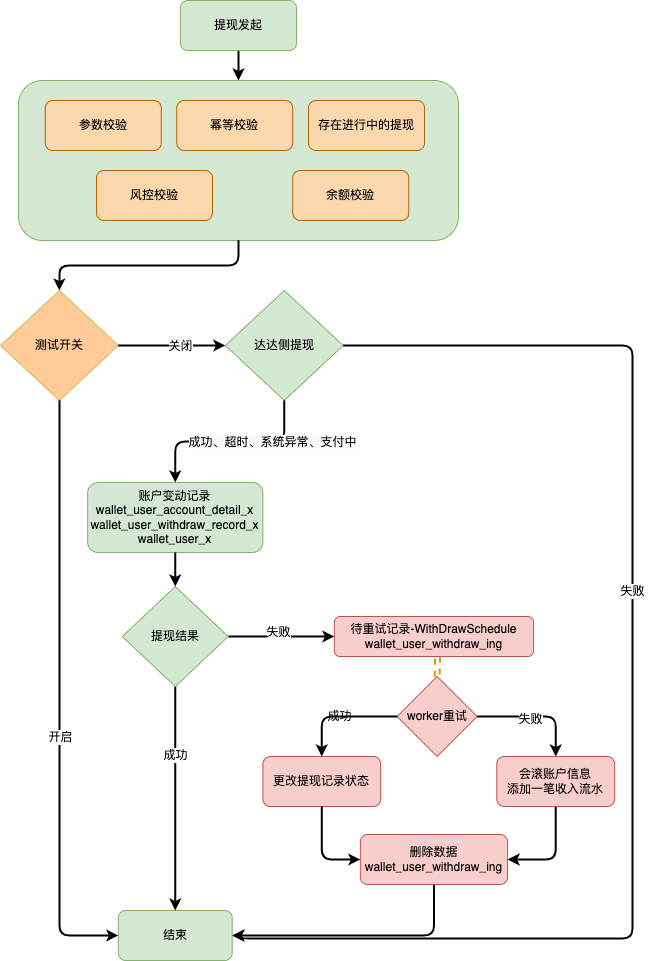
The draw.io diagram 钱包-提现.png in 845642761/diagram, before a commit. Source tidied: cells renumbered, new cells last; positions are measured from the earlier drawing's top-left corner, leaving out a move shared by most shapes.
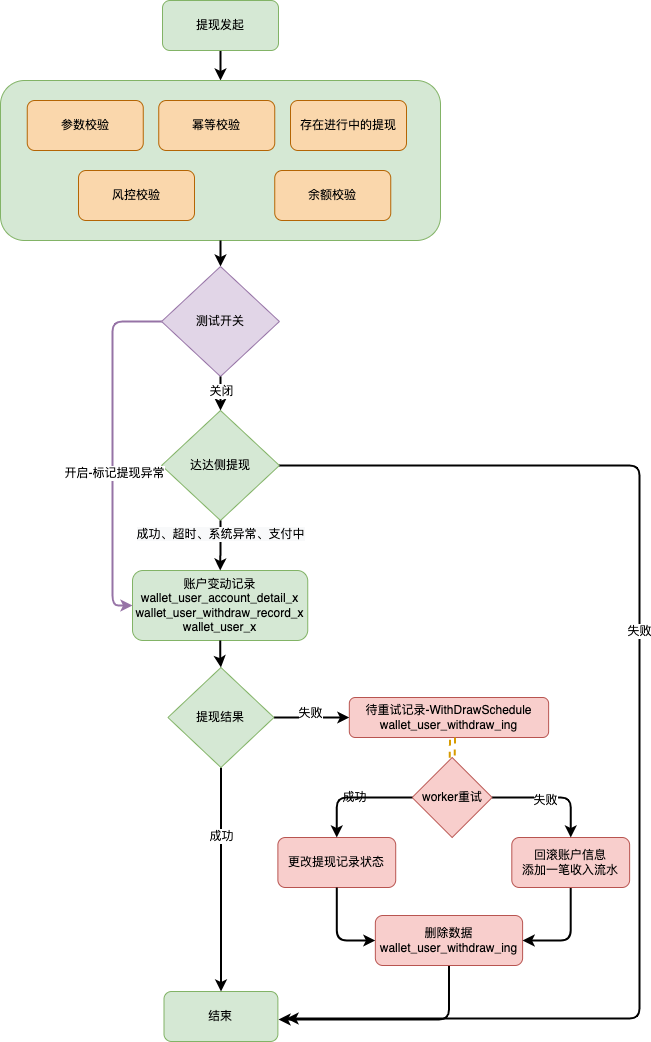
Later version of the same file.

Commit message:
更新钱包-提现.png

Change to the diagram source:
```diff
@@ -32,110 +32,107 @@
     <mxCell id="11" style="edgeStyle=orthogonalEdgeStyle;rounded=1;jettySize=auto;html=1;labelBackgroundColor=none;strokeWidth=2;" parent="1" edge="1" source="5" target="14">
       <mxGeometry relative="1" as="geometry" />
     </mxCell>
-    <mxCell id="12" style="group;" parent="1" vertex="1">
-      <mxGeometry y="290" width="648" height="670" as="geometry" />
-    </mxCell>
-    <mxCell id="13" value="待重试记录-WithDrawSchedule&lt;br&gt;wallet_user_withdraw_ing" style="rounded=1;whiteSpace=wrap;html=1;fillColor=#f8cecc;strokeColor=#b85450;" parent="12" vertex="1">
-      <mxGeometry x="333.8" y="326" width="199.3" height="40" as="geometry" />
+    <mxCell id="13" value="待重试记录-WithDrawSchedule&lt;br&gt;wallet_user_withdraw_ing" style="rounded=1;whiteSpace=wrap;html=1;fillColor=#f8cecc;strokeColor=#b85450;" parent="1" vertex="1">
+      <mxGeometry x="366.8" y="697" width="199.3" height="40" as="geometry" />
     </mxCell>
-    <mxCell id="14" value="测试开关" style="rhombus;whiteSpace=wrap;html=1;labelBackgroundColor=none;fillColor=#FFCC99;strokeColor=#d6b656;" parent="12" vertex="1">
-      <mxGeometry width="117.8" height="110" as="geometry" />
+    <mxCell id="14" value="测试开关" style="rhombus;whiteSpace=wrap;html=1;labelBackgroundColor=none;fillColor=#e1d5e7;strokeColor=#9673a6;" parent="1" vertex="1">
+      <mxGeometry x="179.1" y="266" width="117.8" height="110" as="geometry" />
     </mxCell>
-    <mxCell id="15" value="达达侧提现" style="rhombus;whiteSpace=wrap;html=1;labelBackgroundColor=none;fillColor=#d5e8d4;strokeColor=#82b366;" parent="12" vertex="1">
-      <mxGeometry x="224.8" width="117.8" height="110" as="geometry" />
+    <mxCell id="15" value="达达侧提现" style="rhombus;whiteSpace=wrap;html=1;labelBackgroundColor=none;fillColor=#d5e8d4;strokeColor=#82b366;" parent="1" vertex="1">
+      <mxGeometry x="179.1" y="410" width="117.8" height="110" as="geometry" />
     </mxCell>
-    <mxCell id="16" style="edgeStyle=orthogonalEdgeStyle;rounded=1;jettySize=auto;html=1;labelBackgroundColor=none;strokeWidth=2;" parent="12" edge="1" source="14" target="15">
+    <mxCell id="16" style="edgeStyle=orthogonalEdgeStyle;rounded=1;jettySize=auto;html=1;labelBackgroundColor=none;strokeWidth=2;" parent="1" edge="1" source="14" target="15">
       <mxGeometry relative="1" as="geometry" />
     </mxCell>
     <mxCell id="17" value="关闭" style="edgeLabel;html=1;align=center;verticalAlign=middle;" parent="16" vertex="1">
       <mxGeometry x="0.16" relative="1" as="geometry" />
     </mxCell>
-    <mxCell id="18" value="结束" style="rounded=1;whiteSpace=wrap;html=1;labelBackgroundColor=none;fillColor=#d5e8d4;strokeColor=#82b366;" parent="12" vertex="1">
-      <mxGeometry x="117.8" y="620" width="113.9" height="50" as="geometry" />
+    <mxCell id="18" value="结束" style="rounded=1;whiteSpace=wrap;html=1;labelBackgroundColor=none;fillColor=#d5e8d4;strokeColor=#82b366;" parent="1" vertex="1">
+      <mxGeometry x="181.5" y="991" width="113.9" height="50" as="geometry" />
     </mxCell>
-    <mxCell id="19" style="edgeStyle=orthogonalEdgeStyle;rounded=1;jettySize=auto;html=1;entryX=0;entryY=0.5;entryDx=0;entryDy=0;labelBackgroundColor=none;strokeWidth=2;" parent="12" edge="1" source="14" target="18">
+    <mxCell id="19" style="edgeStyle=orthogonalEdgeStyle;rounded=1;jettySize=auto;html=1;entryX=0;entryY=0.5;entryDx=0;entryDy=0;labelBackgroundColor=none;strokeWidth=2;fillColor=#e1d5e7;strokeColor=#9673a6;exitX=0;exitY=0.5;exitDx=0;exitDy=0;" parent="1" edge="1" source="14" target="23">
       <mxGeometry relative="1" as="geometry" />
     </mxCell>
-    <mxCell id="20" value="开启" style="edgeLabel;html=1;align=center;verticalAlign=middle;" parent="19" vertex="1">
+    <mxCell id="20" value="开启-标记提现异常" style="edgeLabel;html=1;align=center;verticalAlign=middle;" parent="19" vertex="1">
       <mxGeometry x="0.14" y="1" relative="1" as="geometry" />
     </mxCell>
-    <mxCell id="21" style="edgeStyle=orthogonalEdgeStyle;rounded=1;jettySize=auto;html=1;labelBackgroundColor=none;strokeWidth=2;entryX=1;entryY=0.5;entryDx=0;entryDy=0;" parent="12" edge="1" source="15" target="18">
+    <mxCell id="21" style="edgeStyle=orthogonalEdgeStyle;rounded=1;jettySize=auto;html=1;labelBackgroundColor=none;strokeWidth=2;exitX=1;exitY=0.5;exitDx=0;exitDy=0;" parent="1" edge="1" source="15">
       <mxGeometry relative="1" as="geometry">
+        <mxPoint x="304" y="1018" as="targetPoint" />
         <Array as="points">
-          <mxPoint x="632" y="55" />
-          <mxPoint x="632" y="648" />
-          <mxPoint x="240" y="648" />
-          <mxPoint x="240" y="645" />
+          <mxPoint x="657" y="465" />
+          <mxPoint x="657" y="1018" />
         </Array>
       </mxGeometry>
     </mxCell>
     <mxCell id="22" value="失败" style="edgeLabel;html=1;align=center;verticalAlign=middle;" parent="21" vertex="1">
       <mxGeometry x="-0.17" y="-1" relative="1" as="geometry" />
     </mxCell>
-    <mxCell id="23" value="账户变动记录wallet_user_account_detail_x&lt;br&gt;wallet_user_withdraw_record_x&lt;br&gt;wallet_user_x" style="rounded=1;whiteSpace=wrap;html=1;fillColor=#d5e8d4;strokeColor=#82b366;" parent="12" vertex="1">
-      <mxGeometry x="87.1" y="192" width="175.3" height="70" as="geometry" />
+    <mxCell id="23" value="账户变动记录wallet_user_account_detail_x&lt;br&gt;wallet_user_withdraw_record_x&lt;br&gt;wallet_user_x" style="rounded=1;whiteSpace=wrap;html=1;fillColor=#d5e8d4;strokeColor=#82b366;" parent="1" vertex="1">
+      <mxGeometry x="150" y="570" width="175.3" height="70" as="geometry" />
     </mxCell>
-    <mxCell id="24" style="edgeStyle=orthogonalEdgeStyle;rounded=1;jettySize=auto;html=1;labelBackgroundColor=none;strokeWidth=2;" parent="12" edge="1" source="15" target="23">
+    <mxCell id="24" style="edgeStyle=orthogonalEdgeStyle;rounded=1;jettySize=auto;html=1;labelBackgroundColor=none;strokeWidth=2;exitX=0.5;exitY=1;exitDx=0;exitDy=0;" parent="1" edge="1" source="15" target="23">
       <mxGeometry relative="1" as="geometry" />
     </mxCell>
     <mxCell id="25" value="&lt;span style=&quot;background-color: rgb(248 , 249 , 250)&quot;&gt;成功、超时、系统异常、支付中&lt;/span&gt;" style="edgeLabel;html=1;align=center;verticalAlign=middle;" parent="24" vertex="1">
       <mxGeometry x="-0.44" relative="1" as="geometry" />
     </mxCell>
-    <mxCell id="26" style="edgeStyle=orthogonalEdgeStyle;rounded=1;jettySize=auto;html=1;labelBackgroundColor=none;strokeWidth=2;" parent="12" edge="1" source="30" target="18">
+    <mxCell id="26" style="edgeStyle=orthogonalEdgeStyle;rounded=1;jettySize=auto;html=1;labelBackgroundColor=none;strokeWidth=2;" parent="1" edge="1" source="30" target="18">
       <mxGeometry relative="1" as="geometry" />
     </mxCell>
     <mxCell id="27" value="成功" style="edgeLabel;html=1;align=center;verticalAlign=middle;" parent="26" vertex="1">
       <mxGeometry x="-0.38" relative="1" as="geometry" />
     </mxCell>
-    <mxCell id="28" style="edgeStyle=orthogonalEdgeStyle;rounded=1;jettySize=auto;html=1;entryX=0;entryY=0.5;entryDx=0;entryDy=0;labelBackgroundColor=none;strokeWidth=2;" parent="12" edge="1" source="30" target="13">
+    <mxCell id="28" style="edgeStyle=orthogonalEdgeStyle;rounded=1;jettySize=auto;html=1;entryX=0;entryY=0.5;entryDx=0;entryDy=0;labelBackgroundColor=none;strokeWidth=2;" parent="1" edge="1" source="30" target="13">
       <mxGeometry relative="1" as="geometry" />
     </mxCell>
     <mxCell id="29" value="失败" style="edgeLabel;html=1;align=center;verticalAlign=middle;" parent="28" vertex="1">
       <mxGeometry x="-0.06" y="5" relative="1" as="geometry" />
     </mxCell>
-    <mxCell id="30" value="提现结果" style="rhombus;whiteSpace=wrap;html=1;labelBackgroundColor=none;fillColor=#d5e8d4;strokeColor=#82b366;" parent="12" vertex="1">
-      <mxGeometry x="121.7" y="296" width="106" height="100" as="geometry" />
+    <mxCell id="30" value="提现结果" style="rhombus;whiteSpace=wrap;html=1;labelBackgroundColor=none;fillColor=#d5e8d4;strokeColor=#82b366;" parent="1" vertex="1">
+      <mxGeometry x="185.4" y="667" width="106" height="100" as="geometry" />
     </mxCell>
-    <mxCell id="31" style="edgeStyle=orthogonalEdgeStyle;rounded=1;jettySize=auto;html=1;entryX=0.5;entryY=0;entryDx=0;entryDy=0;labelBackgroundColor=none;strokeWidth=2;" parent="12" edge="1" source="23" target="30">
+    <mxCell id="31" style="edgeStyle=orthogonalEdgeStyle;rounded=1;jettySize=auto;html=1;entryX=0.5;entryY=0;entryDx=0;entryDy=0;labelBackgroundColor=none;strokeWidth=2;" parent="1" edge="1" source="23" target="30">
       <mxGeometry relative="1" as="geometry" />
     </mxCell>
-    <mxCell id="32" value="&lt;span&gt;worker重试&lt;/span&gt;" style="rhombus;whiteSpace=wrap;html=1;fillColor=#f8cecc;strokeColor=#b85450;" parent="12" vertex="1">
-      <mxGeometry x="396.7" y="386" width="80" height="80" as="geometry" />
+    <mxCell id="32" value="&lt;span&gt;worker重试&lt;/span&gt;" style="rhombus;whiteSpace=wrap;html=1;fillColor=#f8cecc;strokeColor=#b85450;" parent="1" vertex="1">
+      <mxGeometry x="429.7" y="757" width="80" height="80" as="geometry" />
     </mxCell>
-    <mxCell id="33" value="更改提现记录状态" style="rounded=1;whiteSpace=wrap;html=1;fillColor=#f8cecc;strokeColor=#b85450;" parent="12" vertex="1">
-      <mxGeometry x="262.4" y="466" width="117.8" height="50" as="geometry" />
+    <mxCell id="33" value="更改提现记录状态" style="rounded=1;whiteSpace=wrap;html=1;fillColor=#f8cecc;strokeColor=#b85450;" parent="1" vertex="1">
+      <mxGeometry x="295.4" y="837" width="117.8" height="50" as="geometry" />
     </mxCell>
-    <mxCell id="34" value="成功" style="edgeStyle=orthogonalEdgeStyle;rounded=1;jettySize=auto;html=1;entryX=0.5;entryY=0;entryDx=0;entryDy=0;labelBackgroundColor=none;strokeWidth=2;" parent="12" edge="1" source="32" target="33">
+    <mxCell id="34" value="成功" style="edgeStyle=orthogonalEdgeStyle;rounded=1;jettySize=auto;html=1;entryX=0.5;entryY=0;entryDx=0;entryDy=0;labelBackgroundColor=none;strokeWidth=2;" parent="1" edge="1" source="32" target="33">
       <mxGeometry relative="1" as="geometry" />
     </mxCell>
-    <mxCell id="35" style="edgeStyle=orthogonalEdgeStyle;rounded=1;jettySize=auto;html=1;labelBackgroundColor=none;strokeWidth=2;exitX=0.5;exitY=1;exitDx=0;exitDy=0;entryX=1;entryY=0.5;entryDx=0;entryDy=0;" parent="12" edge="1" source="36" target="18">
+    <mxCell id="35" style="edgeStyle=orthogonalEdgeStyle;rounded=1;jettySize=auto;html=1;labelBackgroundColor=none;strokeWidth=2;exitX=0.5;exitY=1;exitDx=0;exitDy=0;" parent="1" edge="1" source="36">
       <mxGeometry relative="1" as="geometry">
+        <mxPoint x="296" y="1019" as="targetPoint" />
         <Array as="points">
-          <mxPoint x="434" y="645" />
+          <mxPoint x="467" y="1019" />
         </Array>
       </mxGeometry>
     </mxCell>
-    <mxCell id="36" value="删除数据&lt;br&gt;wallet_user_withdraw_ing" style="rounded=1;whiteSpace=wrap;html=1;fillColor=#f8cecc;strokeColor=#b85450;" parent="12" vertex="1">
-      <mxGeometry x="359.8" y="544" width="147.3" height="50" as="geometry" />
+    <mxCell id="36" value="删除数据&lt;br&gt;wallet_user_withdraw_ing" style="rounded=1;whiteSpace=wrap;html=1;fillColor=#f8cecc;strokeColor=#b85450;" parent="1" vertex="1">
+      <mxGeometry x="392.8" y="915" width="147.3" height="50" as="geometry" />
     </mxCell>
-    <mxCell id="37" style="edgeStyle=orthogonalEdgeStyle;rounded=1;jettySize=auto;html=1;entryX=0;entryY=0.5;entryDx=0;entryDy=0;labelBackgroundColor=none;strokeWidth=2;" parent="12" edge="1" source="33" target="36">
+    <mxCell id="37" style="edgeStyle=orthogonalEdgeStyle;rounded=1;jettySize=auto;html=1;entryX=0;entryY=0.5;entryDx=0;entryDy=0;labelBackgroundColor=none;strokeWidth=2;" parent="1" edge="1" source="33" target="36">
       <mxGeometry relative="1" as="geometry" />
     </mxCell>
-    <mxCell id="38" style="edgeStyle=orthogonalEdgeStyle;rounded=1;jettySize=auto;html=1;entryX=1;entryY=0.5;entryDx=0;entryDy=0;labelBackgroundColor=none;strokeWidth=2;" parent="12" edge="1" source="39" target="36">
+    <mxCell id="38" style="edgeStyle=orthogonalEdgeStyle;rounded=1;jettySize=auto;html=1;entryX=1;entryY=0.5;entryDx=0;entryDy=0;labelBackgroundColor=none;strokeWidth=2;" parent="1" edge="1" source="39" target="36">
       <mxGeometry relative="1" as="geometry" />
     </mxCell>
-    <mxCell id="39" value="会滚账户信息&lt;br&gt;添加一笔收入流水" style="rounded=1;whiteSpace=wrap;html=1;fillColor=#f8cecc;strokeColor=#b85450;" parent="12" vertex="1">
-      <mxGeometry x="496.3" y="466" width="117.8" height="50" as="geometry" />
+    <mxCell id="39" value="回滚账户信息&lt;br&gt;添加一笔收入流水" style="rounded=1;whiteSpace=wrap;html=1;fillColor=#f8cecc;strokeColor=#b85450;" parent="1" vertex="1">
+      <mxGeometry x="529.3" y="837" width="117.8" height="50" as="geometry" />
     </mxCell>
-    <mxCell id="40" style="edgeStyle=orthogonalEdgeStyle;rounded=1;jettySize=auto;html=1;entryX=0.5;entryY=0;entryDx=0;entryDy=0;labelBackgroundColor=none;strokeWidth=2;" parent="12" edge="1" source="32" target="39">
+    <mxCell id="40" style="edgeStyle=orthogonalEdgeStyle;rounded=1;jettySize=auto;html=1;entryX=0.5;entryY=0;entryDx=0;entryDy=0;labelBackgroundColor=none;strokeWidth=2;" parent="1" edge="1" source="32" target="39">
       <mxGeometry relative="1" as="geometry" />
     </mxCell>
     <mxCell id="41" value="失败" style="edgeLabel;html=1;align=center;verticalAlign=middle;" parent="40" vertex="1">
       <mxGeometry x="-0.11" y="-2" relative="1" as="geometry" />
     </mxCell>
-    <mxCell id="42" style="endArrow=none;dashed=1;html=1;rounded=1;labelBackgroundColor=none;strokeWidth=2;fillColor=#ffe6cc;strokeColor=#d79b00;shape=link;" parent="12" edge="1" source="32">
+    <mxCell id="42" style="endArrow=none;dashed=1;html=1;rounded=1;labelBackgroundColor=none;strokeWidth=2;fillColor=#ffe6cc;strokeColor=#d79b00;shape=link;" parent="1" edge="1" source="32">
       <mxGeometry relative="1" as="geometry">
-        <mxPoint x="436.9" y="366" as="targetPoint" />
+        <mxPoint x="469.9" y="737" as="targetPoint" />
       </mxGeometry>
     </mxCell>
   </root>
```
